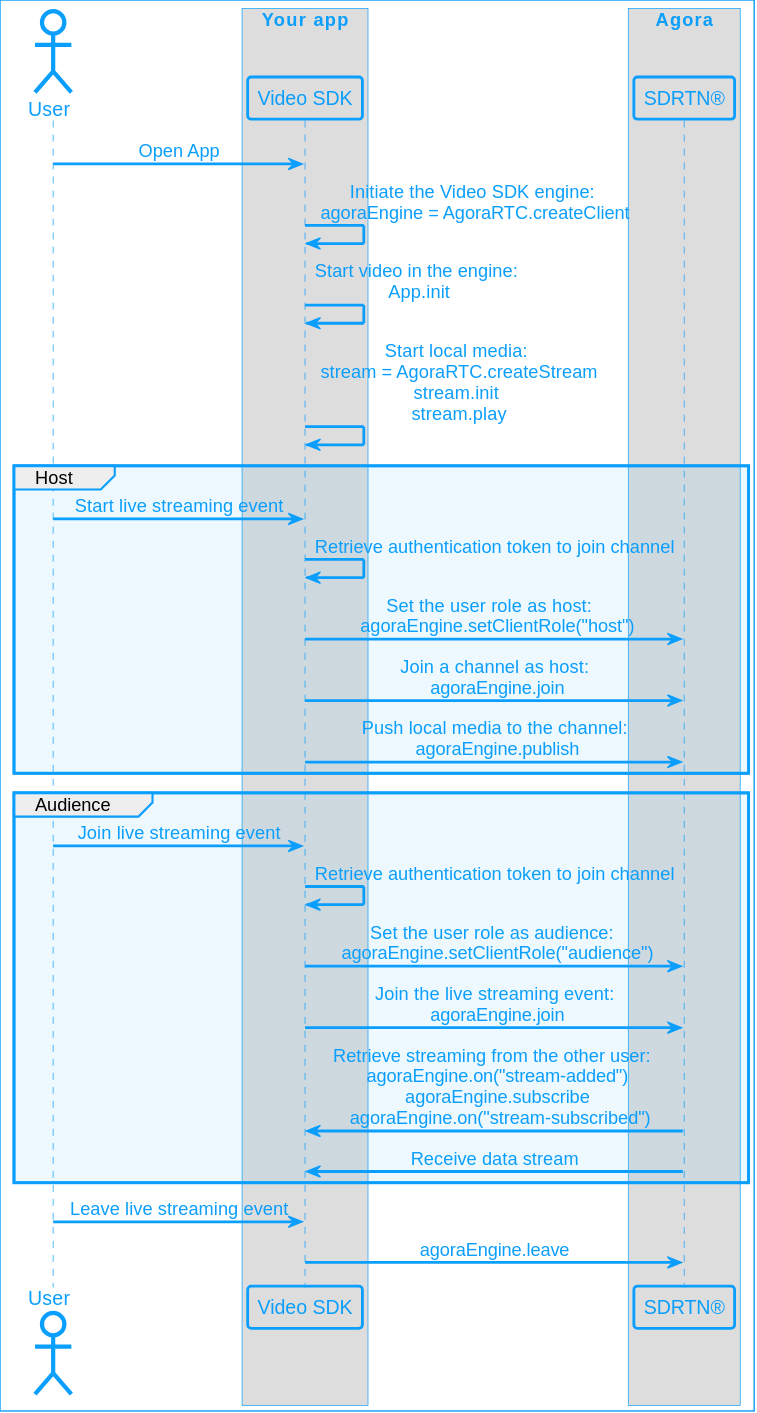
This is assets/images/rtc-sdk/ils-call-logic-web.svg from AgoraIO/Docs-Source, a PlantUML export, as it was before one commit. Source of this version:
```plantuml
@startuml
!include agora_skin.iuml

actor "User" as USR

box "Your app"

participant "Video SDK" as APP

end box

box "Agora"

participant "SDRTN®" as API

end box

USR -> APP: Open App
APP -> APP: Initiate the Video SDK engine:\n agoraEngine = AgoraRTC.createClient
APP -> APP: Start video in the engine:\n App.init
APP -> APP: Start local media:\n stream = AgoraRTC.createStream\n stream.init \n stream.play
group Host
USR -> APP: Start live streaming event
APP->APP: Retrieve authentication token to join channel
APP -> API: Set the user role as host:  \n agoraEngine.setClientRole("host")
APP -> API: Join a channel as host:\n agoraEngine.join

APP -> API: Push local media to the channel:\n agoraEngine.publish
end

group Audience
USR -> APP: Join live streaming event
APP->APP: Retrieve authentication token to join channel
APP -> API: Set the user role as audience: \n agoraEngine.setClientRole("audience")
APP -> API: Join the live streaming event:\n agoraEngine.join
API -> APP: Retrieve streaming from the other user: \n agoraEngine.on("stream-added")\n agoraEngine.subscribe\n  agoraEngine.on("stream-subscribed")
API -> APP: Receive data stream
end

USR -> APP: Leave live streaming event
APP -> API: agoraEngine.leave
@enduml
```
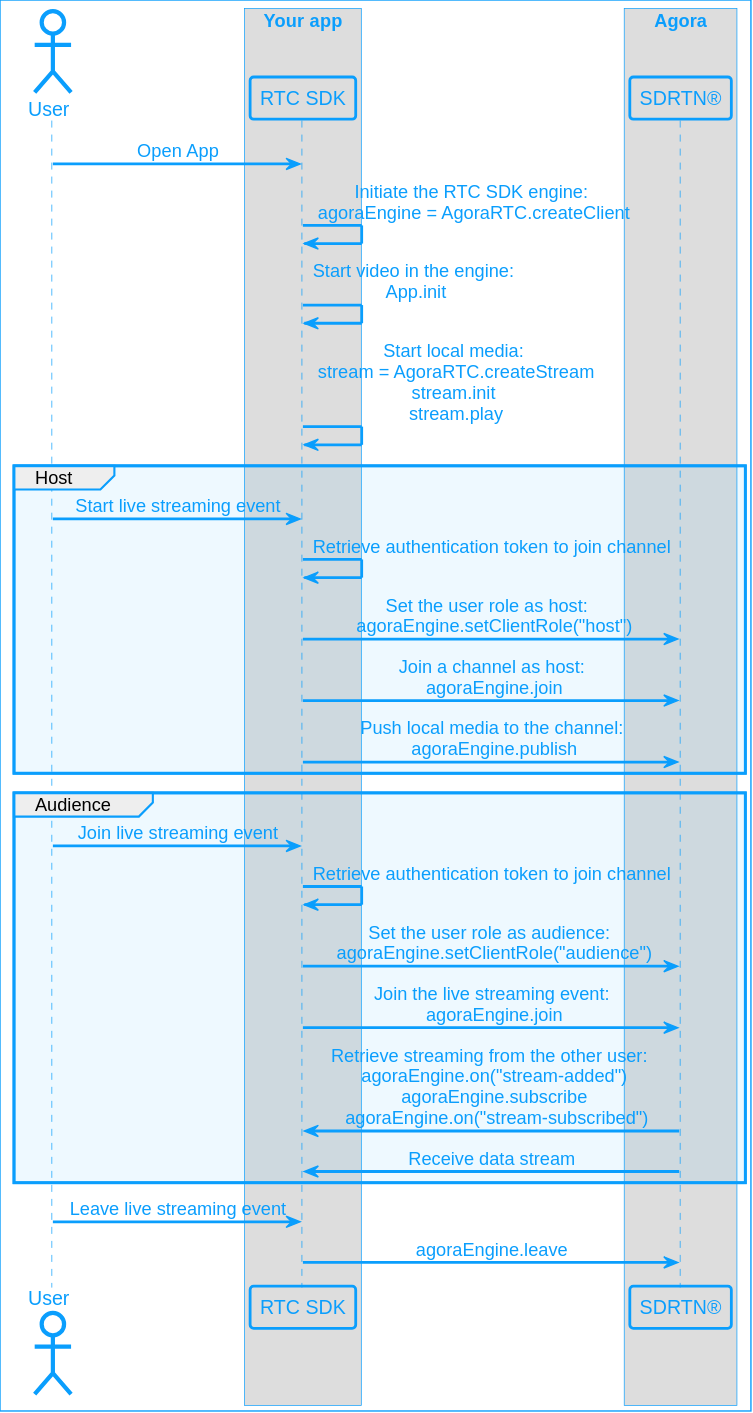
The same file after the commit.

What changed in the source:
```diff
@@ -5,7 +5,7 @@
 
 box "Your app"
 
-participant "Video SDK" as APP
+participant "RTC SDK" as APP
 
 end box
 
@@ -16,7 +16,7 @@
 end box
 
 USR -> APP: Open App
-APP -> APP: Initiate the Video SDK engine:\n agoraEngine = AgoraRTC.createClient
+APP -> APP: Initiate the RTC SDK engine:\n agoraEngine = AgoraRTC.createClient
 APP -> APP: Start video in the engine:\n App.init
 APP -> APP: Start local media:\n stream = AgoraRTC.createStream\n stream.init \n stream.play
 group Host
```
